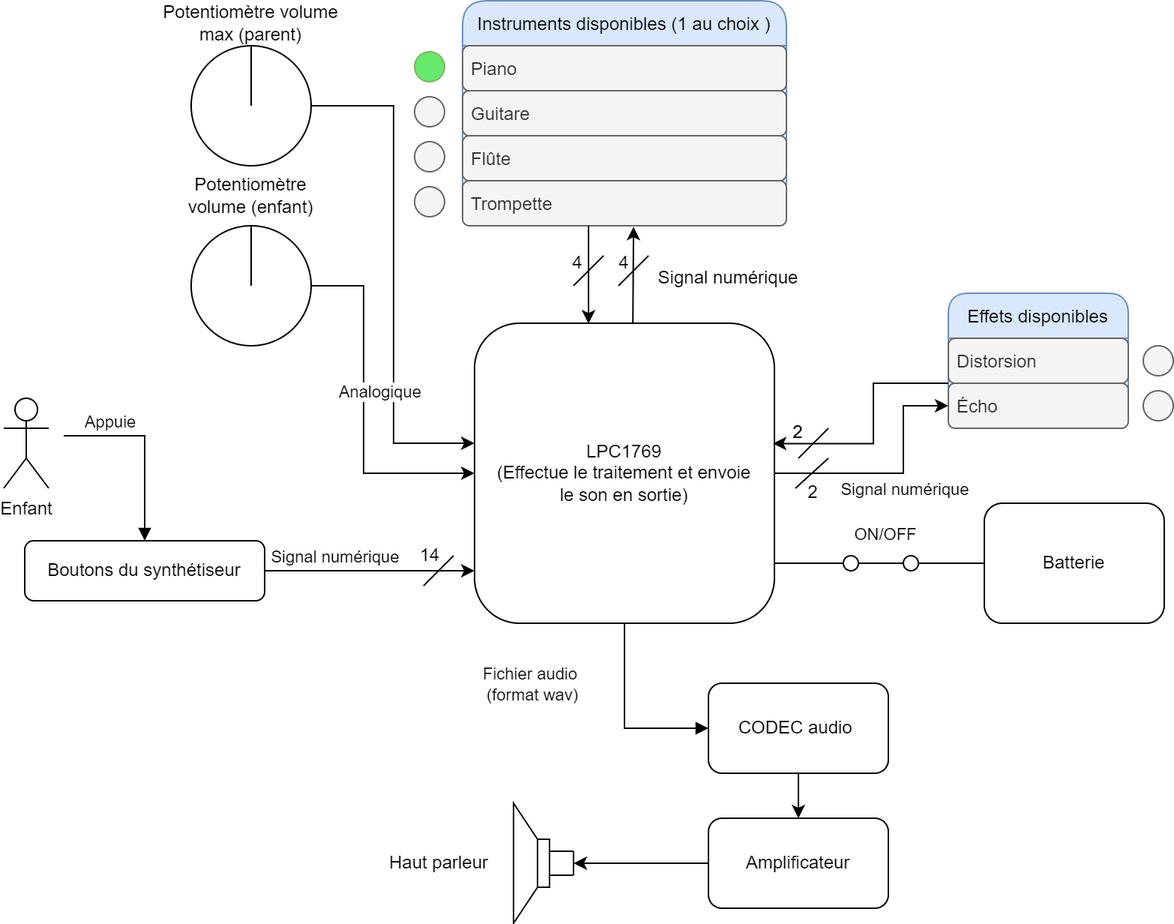
Ithoh/ProjetSynthe keeps this draw.io diagram as Schemas/Schema_fonctionnel_v2.png. Above is the earlier version. Source tidied: cells renumbered, new cells last; positions are measured from the earlier drawing's top-left corner, leaving out a move shared by most shapes.
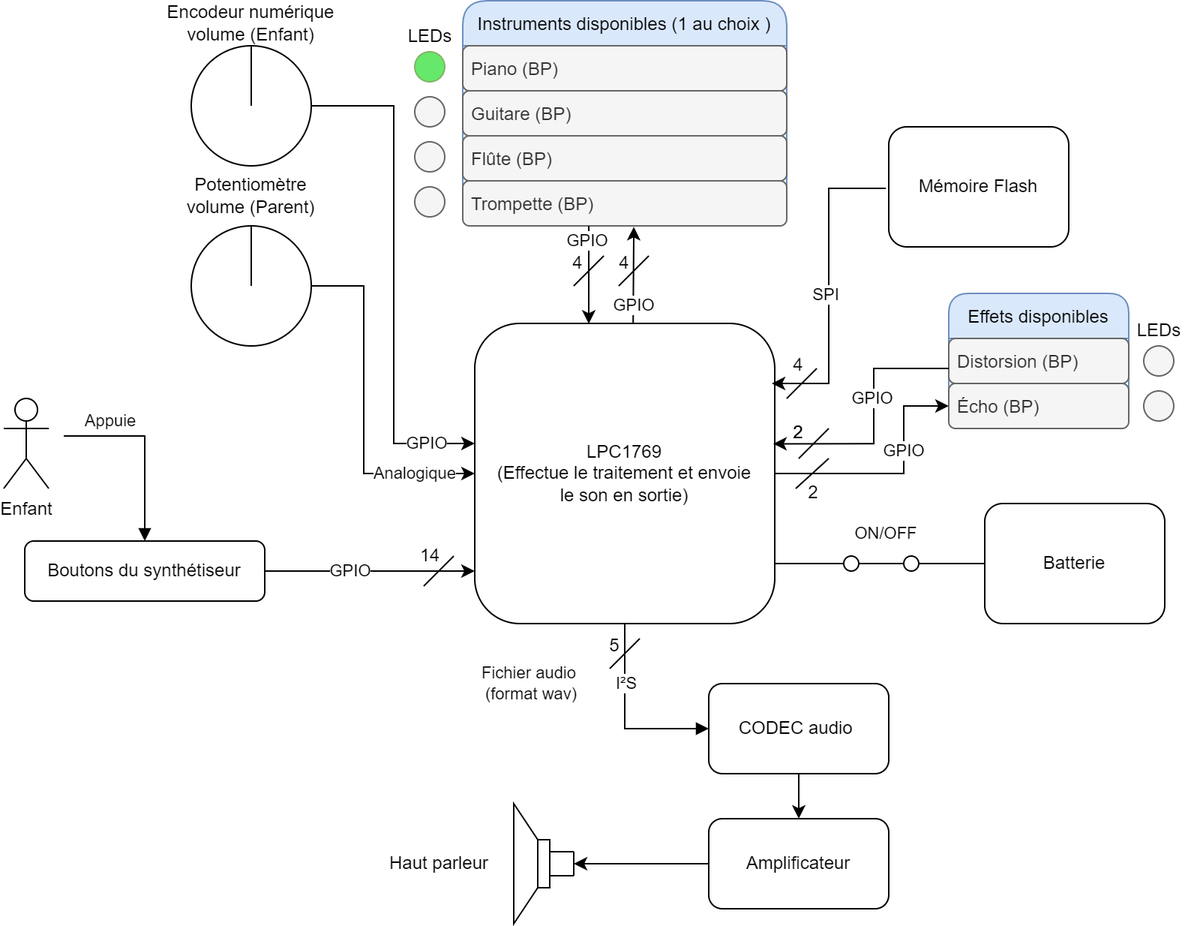
After the commit.

What changed in the source:
```diff
@@ -7,11 +7,9 @@
         <mxPoint x="314" y="380" as="targetPoint" />
       </mxGeometry>
     </mxCell>
-    <mxCell id="3" value="Signal numérique" style="edgeLabel;html=1;align=center;verticalAlign=middle;" parent="2" vertex="1">
-      <mxGeometry x="-0.18" relative="1" as="geometry">
-        <mxPoint x="-11" y="-10" as="offset" />
-      </mxGeometry>
-    </mxCell>
+    <mxCell id="63" value="GPIO" style="edgeLabel;html=1;align=center;verticalAlign=middle;" parent="2" vertex="1">
+      <mxGeometry x="-0.19" relative="1" as="geometry" />
+    </mxCell>
     <mxCell id="4" value="Boutons du synthétiseur" style="rounded=1;whiteSpace=wrap;html=1;" parent="1" vertex="1">
       <mxGeometry x="14" y="360" width="160" height="40" as="geometry" />
     </mxCell>
@@ -28,22 +26,25 @@
         <mxPoint x="-63" y="15" as="offset" />
       </mxGeometry>
     </mxCell>
+    <mxCell id="64" value="I²S" style="edgeLabel;html=1;align=center;verticalAlign=middle;" parent="5" vertex="1">
+      <mxGeometry x="-0.37" y="1" relative="1" as="geometry" />
+    </mxCell>
     <mxCell id="7" value="LPC1769&lt;br&gt;(Effectue le traitement et envoie&lt;br&gt;le son en sortie)" style="rounded=1;whiteSpace=wrap;html=1;align=center;" parent="1" vertex="1">
       <mxGeometry x="314" y="215" width="200" height="200" as="geometry" />
     </mxCell>
     <mxCell id="8" value="Instruments disponibles (1 au choix )" style="swimlane;fontStyle=0;horizontal=1;startSize=30;rounded=1;arcSize=18;fillColor=#dae8fc;strokeColor=#6c8ebf;" parent="1" vertex="1">
       <mxGeometry x="306" width="216" height="150" as="geometry" />
     </mxCell>
-    <mxCell id="9" value="Piano" style="text;strokeColor=#666666;fillColor=#f5f5f5;align=left;verticalAlign=middle;spacingLeft=4;spacingRight=4;overflow=hidden;rounded=1;fontColor=#333333;" parent="8" vertex="1">
+    <mxCell id="9" value="Piano (BP)" style="text;strokeColor=#666666;fillColor=#f5f5f5;align=left;verticalAlign=middle;spacingLeft=4;spacingRight=4;overflow=hidden;rounded=1;fontColor=#333333;" parent="8" vertex="1">
       <mxGeometry y="30" width="216" height="30" as="geometry" />
     </mxCell>
-    <mxCell id="10" value="Guitare" style="text;strokeColor=#666666;fillColor=#f5f5f5;align=left;verticalAlign=middle;spacingLeft=4;spacingRight=4;overflow=hidden;rounded=1;fontColor=#333333;" parent="8" vertex="1">
+    <mxCell id="10" value="Guitare (BP)" style="text;strokeColor=#666666;fillColor=#f5f5f5;align=left;verticalAlign=middle;spacingLeft=4;spacingRight=4;overflow=hidden;rounded=1;fontColor=#333333;" parent="8" vertex="1">
       <mxGeometry y="60" width="216" height="30" as="geometry" />
     </mxCell>
-    <mxCell id="11" value="Flûte" style="text;strokeColor=#666666;fillColor=#f5f5f5;align=left;verticalAlign=middle;spacingLeft=4;spacingRight=4;overflow=hidden;rounded=1;fontColor=#333333;" parent="8" vertex="1">
+    <mxCell id="11" value="Flûte (BP)" style="text;strokeColor=#666666;fillColor=#f5f5f5;align=left;verticalAlign=middle;spacingLeft=4;spacingRight=4;overflow=hidden;rounded=1;fontColor=#333333;" parent="8" vertex="1">
       <mxGeometry y="90" width="216" height="30" as="geometry" />
     </mxCell>
-    <mxCell id="12" value="Trompette" style="text;strokeColor=#666666;fillColor=#f5f5f5;align=left;verticalAlign=middle;spacingLeft=4;spacingRight=4;overflow=hidden;points=[[0,0.5],[1,0.5]];portConstraint=eastwest;rounded=1;fontColor=#333333;" parent="8" vertex="1">
+    <mxCell id="12" value="Trompette (BP)" style="text;strokeColor=#666666;fillColor=#f5f5f5;align=left;verticalAlign=middle;spacingLeft=4;spacingRight=4;overflow=hidden;points=[[0,0.5],[1,0.5]];portConstraint=eastwest;rounded=1;fontColor=#333333;" parent="8" vertex="1">
       <mxGeometry y="120" width="216" height="30" as="geometry" />
     </mxCell>
     <mxCell id="13" style="ellipse;whiteSpace=wrap;html=1;rounded=1;fillColor=#66E86A;strokeColor=#82b366;" parent="1" vertex="1">
@@ -61,10 +62,10 @@
     <mxCell id="17" value="Effets disponibles" style="swimlane;fontStyle=0;horizontal=1;startSize=30;rounded=1;fillColor=#dae8fc;strokeColor=#6c8ebf;" parent="1" vertex="1">
       <mxGeometry x="630" y="195" width="120" height="90" as="geometry" />
     </mxCell>
-    <mxCell id="18" value="Distorsion" style="text;strokeColor=#666666;fillColor=#f5f5f5;align=left;verticalAlign=middle;spacingLeft=4;spacingRight=4;overflow=hidden;points=[[0,0.5],[1,0.5]];portConstraint=eastwest;rounded=1;fontColor=#333333;" parent="17" vertex="1">
+    <mxCell id="18" value="Distorsion (BP)" style="text;strokeColor=#666666;fillColor=#f5f5f5;align=left;verticalAlign=middle;spacingLeft=4;spacingRight=4;overflow=hidden;points=[[0,0.5],[1,0.5]];portConstraint=eastwest;rounded=1;fontColor=#333333;" parent="17" vertex="1">
       <mxGeometry y="30" width="120" height="30" as="geometry" />
     </mxCell>
-    <mxCell id="19" value="Écho" style="text;strokeColor=#666666;fillColor=#f5f5f5;align=left;verticalAlign=middle;spacingLeft=4;spacingRight=4;overflow=hidden;points=[[0,0.5],[1,0.5]];portConstraint=eastwest;rounded=1;fontColor=#333333;" parent="17" vertex="1">
+    <mxCell id="19" value="Écho (BP)" style="text;strokeColor=#666666;fillColor=#f5f5f5;align=left;verticalAlign=middle;spacingLeft=4;spacingRight=4;overflow=hidden;points=[[0,0.5],[1,0.5]];portConstraint=eastwest;rounded=1;fontColor=#333333;" parent="17" vertex="1">
       <mxGeometry y="60" width="120" height="30" as="geometry" />
     </mxCell>
     <mxCell id="20" style="ellipse;whiteSpace=wrap;html=1;rounded=1;fillColor=#f5f5f5;strokeColor=#666666;fontColor=#333333;" parent="1" vertex="1">
@@ -123,6 +124,9 @@
         </Array>
       </mxGeometry>
     </mxCell>
+    <mxCell id="65" value="GPIO" style="edgeLabel;html=1;align=center;verticalAlign=middle;" parent="32" vertex="1">
+      <mxGeometry x="0.8" relative="1" as="geometry" />
+    </mxCell>
     <mxCell id="33" style="ellipse;whiteSpace=wrap;html=1;fillColor=none;" parent="1" vertex="1">
       <mxGeometry x="125" y="30" width="80" height="80" as="geometry" />
     </mxCell>
@@ -131,7 +135,7 @@
         <mxPoint x="165" y="70" as="sourcePoint" />
       </mxGeometry>
     </mxCell>
-    <mxCell id="35" value="Potentiomètre volume max (parent)" style="text;html=1;strokeColor=none;fillColor=none;align=center;verticalAlign=middle;whiteSpace=wrap;rounded=0;" parent="1" vertex="1">
+    <mxCell id="35" value="Encodeur numérique volume (Enfant)" style="text;html=1;strokeColor=none;fillColor=none;align=center;verticalAlign=middle;whiteSpace=wrap;rounded=0;" parent="1" vertex="1">
       <mxGeometry x="100" width="130" height="30" as="geometry" />
     </mxCell>
     <mxCell id="36" style="edgeStyle=orthogonalEdgeStyle;rounded=0;jettySize=auto;html=1;entryX=0;entryY=0.5;entryDx=0;entryDy=0;" parent="1" edge="1" source="38" target="7">
@@ -144,7 +148,7 @@
     </mxCell>
     <mxCell id="37" value="Analogique" style="edgeLabel;html=1;align=center;verticalAlign=middle;" parent="36" vertex="1">
       <mxGeometry x="-0.1" y="-1" relative="1" as="geometry">
-        <mxPoint x="11" y="-1" as="offset" />
+        <mxPoint x="35" y="54" as="offset" />
       </mxGeometry>
     </mxCell>
     <mxCell id="38" style="ellipse;whiteSpace=wrap;html=1;fillColor=none;" parent="1" vertex="1">
@@ -155,7 +159,7 @@
         <mxPoint x="165" y="190" as="sourcePoint" />
       </mxGeometry>
     </mxCell>
-    <mxCell id="40" value="Potentiomètre volume (enfant)" style="text;html=1;strokeColor=none;fillColor=none;align=center;verticalAlign=middle;whiteSpace=wrap;rounded=0;" parent="1" vertex="1">
+    <mxCell id="40" value="Potentiomètre volume (Parent)" style="text;html=1;strokeColor=none;fillColor=none;align=center;verticalAlign=middle;whiteSpace=wrap;rounded=0;" parent="1" vertex="1">
       <mxGeometry x="120" y="115" width="90" height="30" as="geometry" />
     </mxCell>
     <mxCell id="41" style="endArrow=none;html=1;rounded=0;" parent="1" edge="1">
@@ -170,6 +174,9 @@
     <mxCell id="43" style="endArrow=classic;html=1;rounded=0;exitX=0.528;exitY=0;exitDx=0;exitDy=0;exitPerimeter=0;entryX=0.528;entryY=1.022;entryDx=0;entryDy=0;entryPerimeter=0;" parent="1" edge="1" source="7" target="12">
       <mxGeometry relative="1" as="geometry" />
     </mxCell>
+    <mxCell id="66" value="GPIO" style="edgeLabel;html=1;align=center;verticalAlign=middle;" parent="43" vertex="1">
+      <mxGeometry x="-0.6" relative="1" as="geometry" />
+    </mxCell>
     <mxCell id="44" style="endArrow=none;html=1;rounded=0;" parent="1" edge="1">
       <mxGeometry relative="1" as="geometry">
         <mxPoint x="410" y="190" as="sourcePoint" />
@@ -184,19 +191,20 @@
         </Array>
       </mxGeometry>
     </mxCell>
-    <mxCell id="46" value="Signal numérique" style="edgeLabel;html=1;align=center;verticalAlign=middle;" parent="45" vertex="1">
-      <mxGeometry x="0.52" relative="1" as="geometry">
-        <mxPoint x="48" y="10" as="offset" />
-      </mxGeometry>
-    </mxCell>
+    <mxCell id="67" value="GPIO" style="edgeLabel;html=1;align=center;verticalAlign=middle;" parent="45" vertex="1">
+      <mxGeometry x="-0.26" relative="1" as="geometry" />
+    </mxCell>
     <mxCell id="47" style="edgeStyle=orthogonalEdgeStyle;rounded=0;jettySize=auto;html=1;entryX=0.995;entryY=0.401;entryDx=0;entryDy=0;entryPerimeter=0;" parent="1" edge="1" source="18" target="7">
       <mxGeometry relative="1" as="geometry">
         <Array as="points">
-          <mxPoint x="580" y="255" />
+          <mxPoint x="580" y="245" />
           <mxPoint x="580" y="295" />
         </Array>
       </mxGeometry>
     </mxCell>
+    <mxCell id="68" value="GPIO" style="edgeLabel;html=1;align=center;verticalAlign=middle;" parent="47" vertex="1">
+      <mxGeometry x="-0.18" y="-1" relative="1" as="geometry" />
+    </mxCell>
     <mxCell id="48" style="endArrow=none;html=1;rounded=0;" parent="1" edge="1">
       <mxGeometry relative="1" as="geometry">
         <mxPoint x="530" y="305" as="sourcePoint" />
@@ -209,12 +217,12 @@
     <mxCell id="50" style="endArrow=classic;html=1;rounded=0;exitX=0.389;exitY=1.004;exitDx=0;exitDy=0;exitPerimeter=0;entryX=0.38;entryY=0.001;entryDx=0;entryDy=0;entryPerimeter=0;" parent="1" edge="1" source="12" target="7">
       <mxGeometry relative="1" as="geometry" />
     </mxCell>
+    <mxCell id="69" value="GPIO" style="edgeLabel;html=1;align=center;verticalAlign=middle;" parent="50" vertex="1">
+      <mxGeometry x="-0.72" y="-1" relative="1" as="geometry" />
+    </mxCell>
     <mxCell id="51" value="4" style="text;html=1;strokeColor=none;fillColor=none;align=center;verticalAlign=middle;whiteSpace=wrap;rounded=0;" parent="1" vertex="1">
       <mxGeometry x="411" y="170" width="6" height="10" as="geometry" />
     </mxCell>
-    <mxCell id="52" value="Signal numérique" style="text;html=1;align=center;verticalAlign=middle;strokeColor=none;fillColor=none;" parent="1" vertex="1">
-      <mxGeometry x="428" y="175" width="110" height="20" as="geometry" />
-    </mxCell>
     <mxCell id="53" style="endArrow=none;html=1;rounded=0;" parent="1" edge="1">
       <mxGeometry relative="1" as="geometry">
         <mxPoint x="528" y="325" as="sourcePoint" />
@@ -253,5 +261,48 @@
     <mxCell id="62" value="Haut parleur" style="text;html=1;align=center;verticalAlign=middle;strokeColor=none;fillColor=none;" parent="1" vertex="1">
       <mxGeometry x="250" y="565" width="80" height="20" as="geometry" />
     </mxCell>
+    <mxCell id="70" style="endArrow=none;html=1;rounded=0;" parent="1" edge="1">
+      <mxGeometry relative="1" as="geometry">
+        <mxPoint x="404" y="445" as="sourcePoint" />
+        <mxPoint x="424" y="425" as="targetPoint" />
+      </mxGeometry>
+    </mxCell>
+    <mxCell id="71" value="5" style="text;html=1;strokeColor=none;fillColor=none;align=center;verticalAlign=middle;whiteSpace=wrap;rounded=0;" parent="1" vertex="1">
+      <mxGeometry x="404" y="425" width="7" height="10" as="geometry" />
+    </mxCell>
+    <mxCell id="72" style="edgeStyle=orthogonalEdgeStyle;rounded=0;orthogonalLoop=1;jettySize=auto;html=1;" parent="1" edge="1">
+      <mxGeometry relative="1" as="geometry">
+        <mxPoint x="588" y="125" as="sourcePoint" />
+        <mxPoint x="512" y="255" as="targetPoint" />
+        <Array as="points">
+          <mxPoint x="550" y="125" />
+          <mxPoint x="550" y="255" />
+          <mxPoint x="512" y="255" />
+        </Array>
+      </mxGeometry>
+    </mxCell>
+    <mxCell id="73" value="SPI" style="edgeLabel;html=1;align=center;verticalAlign=middle;" parent="72" vertex="1">
+      <mxGeometry x="0.11" y="3" relative="1" as="geometry">
+        <mxPoint x="-5" y="-6" as="offset" />
+      </mxGeometry>
+    </mxCell>
+    <mxCell id="74" value="Mémoire Flash" style="rounded=1;whiteSpace=wrap;html=1;" parent="1" vertex="1">
+      <mxGeometry x="590" y="84" width="120" height="80" as="geometry" />
+    </mxCell>
+    <mxCell id="75" value="LEDs" style="text;html=1;align=center;verticalAlign=middle;strokeColor=none;fillColor=none;" parent="1" vertex="1">
+      <mxGeometry x="259" y="14" width="50" height="20" as="geometry" />
+    </mxCell>
+    <mxCell id="76" value="LEDs" style="text;html=1;align=center;verticalAlign=middle;strokeColor=none;fillColor=none;" parent="1" vertex="1">
+      <mxGeometry x="745" y="210" width="50" height="20" as="geometry" />
+    </mxCell>
+    <mxCell id="77" style="endArrow=none;html=1;rounded=0;" parent="1" edge="1">
+      <mxGeometry relative="1" as="geometry">
+        <mxPoint x="522" y="265" as="sourcePoint" />
+        <mxPoint x="542" y="245" as="targetPoint" />
+      </mxGeometry>
+    </mxCell>
+    <mxCell id="78" value="4" style="text;html=1;strokeColor=none;fillColor=none;align=center;verticalAlign=middle;whiteSpace=wrap;rounded=0;" parent="1" vertex="1">
+      <mxGeometry x="525" y="235" width="10" height="15" as="geometry" />
+    </mxCell>
   </root>
 </mxGraphModel>
```
